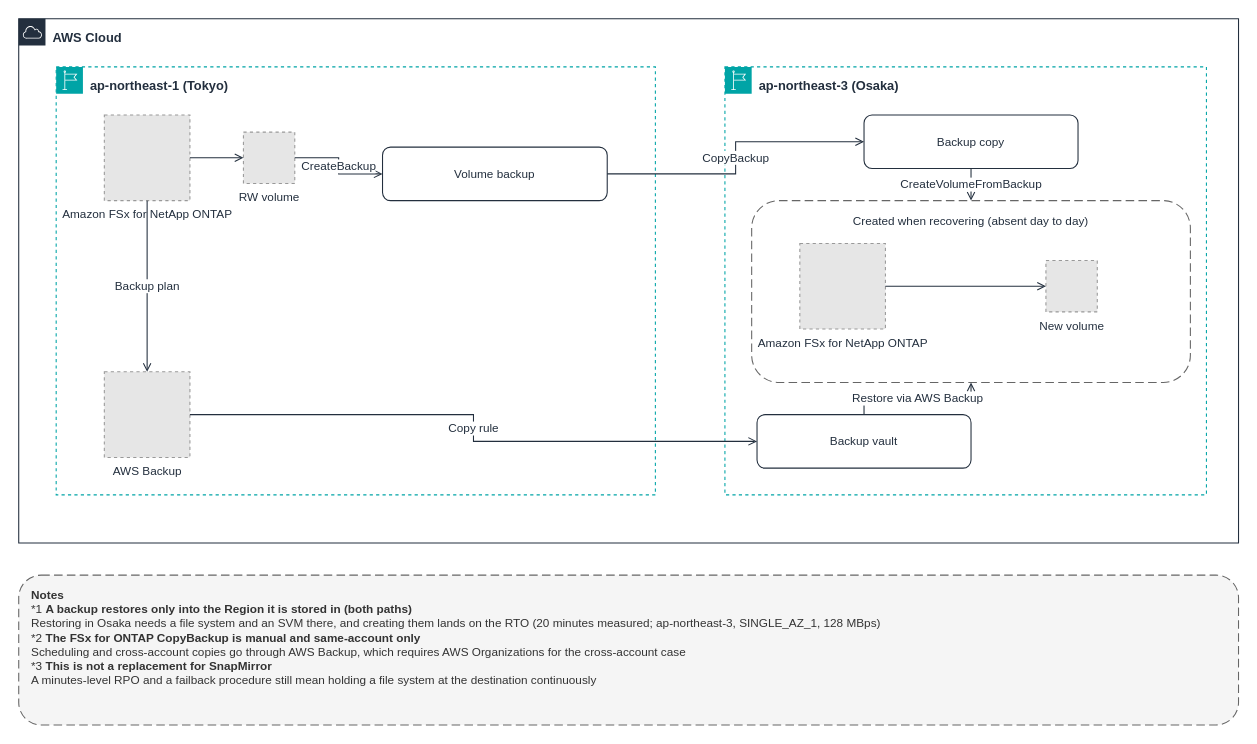
Above: docs/_assets/diagrams/backup-copy-cross-region-en.drawio in Yoshiki0705/FSx-for-ONTAP-Adoption-Playbook (draw.io), before the change. Source tidied: cells renumbered, new cells numbered last; positions are measured from the earlier drawing's top-left corner, leaving out a move shared by most shapes. Both pictures are drawn from the tidied source at 107%, with x=0, y=0 at pixel (18, 18). Pictures stored in the file or linked from it are replaced by grey dashed boxes.
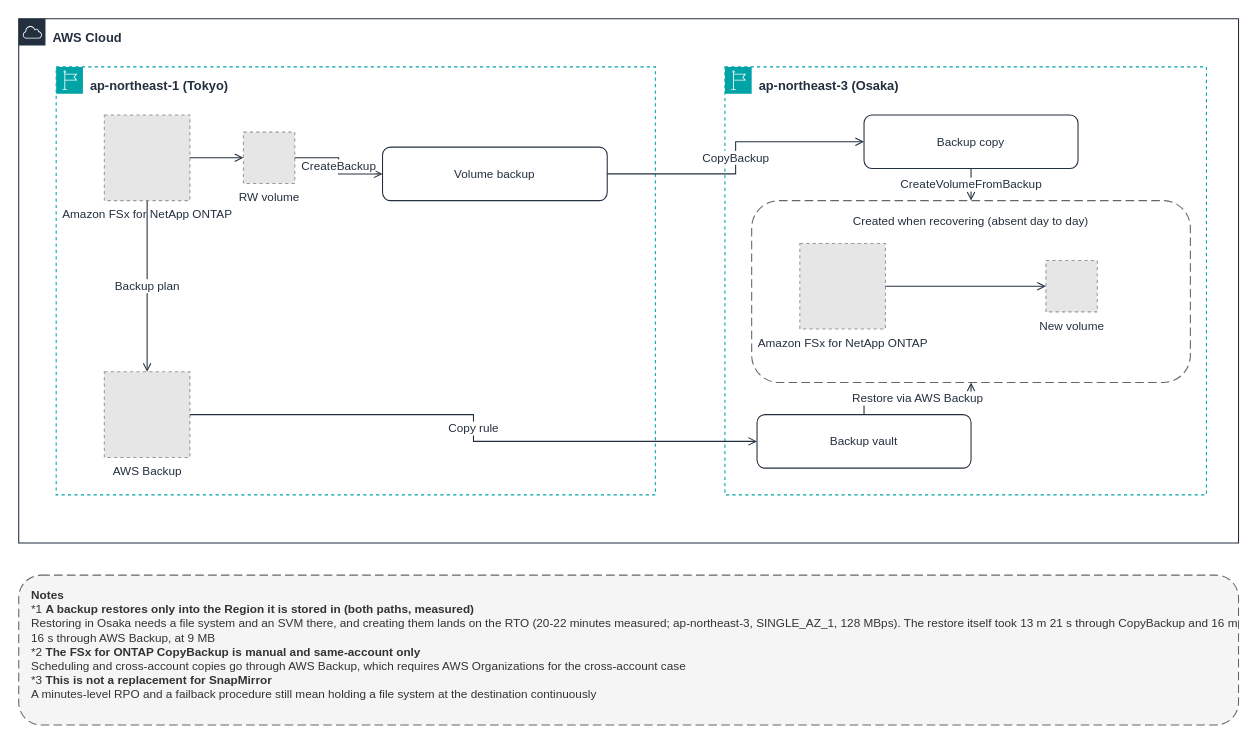
The same page after the edit.

Change to the diagram source:
```diff
@@
-    <mxCell id="22" value="&lt;b&gt;Notes&lt;/b&gt;&lt;br&gt;*1 &lt;b&gt;A backup restores only into the Region it is stored in (both paths)&lt;/b&gt;&lt;br&gt;Restoring in Osaka needs a file system and an SVM there, and creating them lands on the RTO (20 minutes measured; ap-northeast-3, SINGLE_AZ_1, 128 MBps)&lt;br&gt;*2 &lt;b&gt;The FSx for ONTAP CopyBackup is manual and same-account only&lt;/b&gt;&lt;br&gt;Scheduling and cross-account copies go through AWS Backup, which requires AWS Organizations for the cross-account case&lt;br&gt;*3 &lt;b&gt;This is not a replacement for SnapMirror&lt;/b&gt;&lt;br&gt;A minutes-level RPO and a failback procedure still mean holding a file system at the destination continuously" style="rounded=1;whiteSpace=wrap;html=1;dashed=1;dashPattern=8 4;strokeColor=#666666;fillColor=#F5F5F5;fontColor=#333333;fontSize=11;align=left;verticalAlign=top;spacingLeft=10;spacingTop=6;" parent="1" vertex="1">
+    <mxCell id="22" value="&lt;b&gt;Notes&lt;/b&gt;&lt;br&gt;*1 &lt;b&gt;A backup restores only into the Region it is stored in (both paths, measured)&lt;/b&gt;&lt;br&gt;Restoring in Osaka needs a file system and an SVM there, and creating them lands on the RTO (20-22 minutes measured; ap-northeast-3, SINGLE_AZ_1, 128 MBps). The restore itself took 13 m 21 s through CopyBackup and 16 m 16 s through AWS Backup, at 9 MB&lt;br&gt;*2 &lt;b&gt;The FSx for ONTAP CopyBackup is manual and same-account only&lt;/b&gt;&lt;br&gt;Scheduling and cross-account copies go through AWS Backup, which requires AWS Organizations for the cross-account case&lt;br&gt;*3 &lt;b&gt;This is not a replacement for SnapMirror&lt;/b&gt;&lt;br&gt;A minutes-level RPO and a failback procedure still mean holding a file system at the destination continuously" style="rounded=1;whiteSpace=wrap;html=1;dashed=1;dashPattern=8 4;strokeColor=#666666;fillColor=#F5F5F5;fontColor=#333333;fontSize=11;align=left;verticalAlign=top;spacingLeft=10;spacingTop=6;" parent="1" vertex="1">
       <mxGeometry y="520" width="1140" height="140" as="geometry" />
     </mxCell>
```
